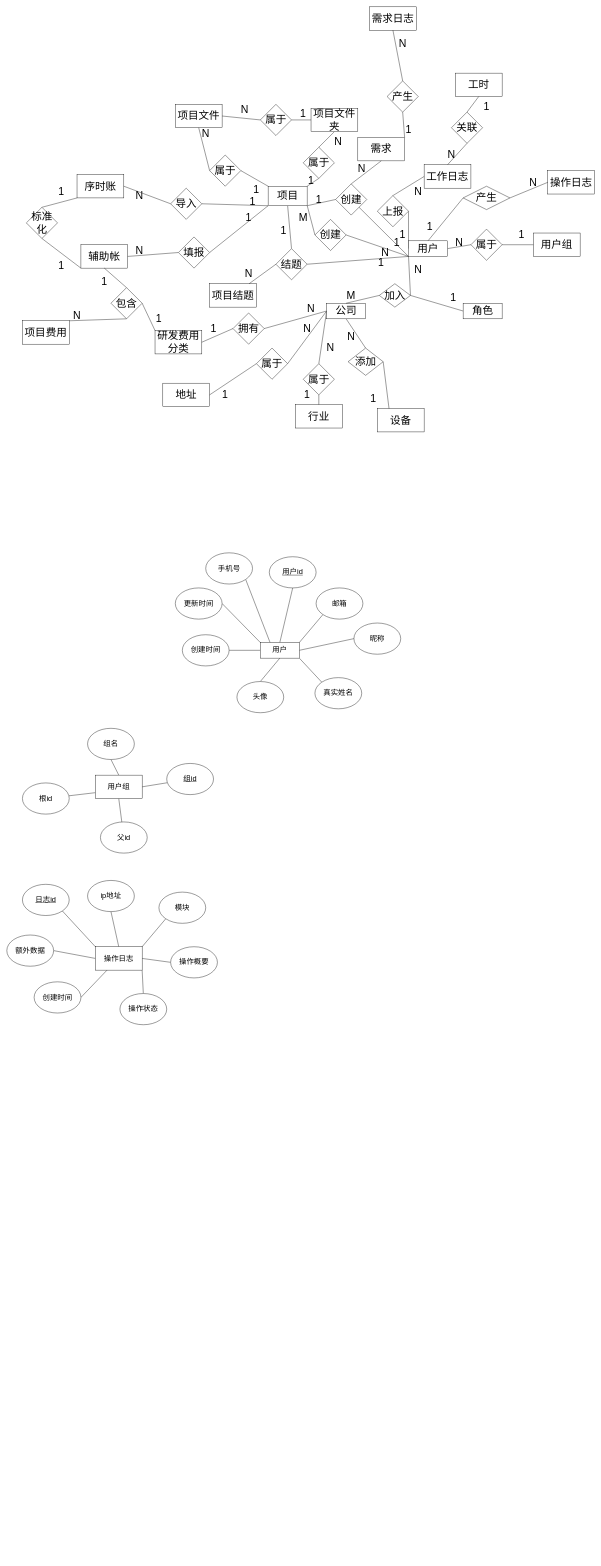
Above: 毕设/项目管理系统ER图.drawio in xiaoguokf/draw.io (draw.io), before the change. Source tidied: cells renumbered, new cells numbered last; positions are measured from the earlier drawing's top-left corner, leaving out a move shared by most shapes. Both pictures are drawn from the tidied source at 39%, with x=0, y=0 at pixel (7, 7).
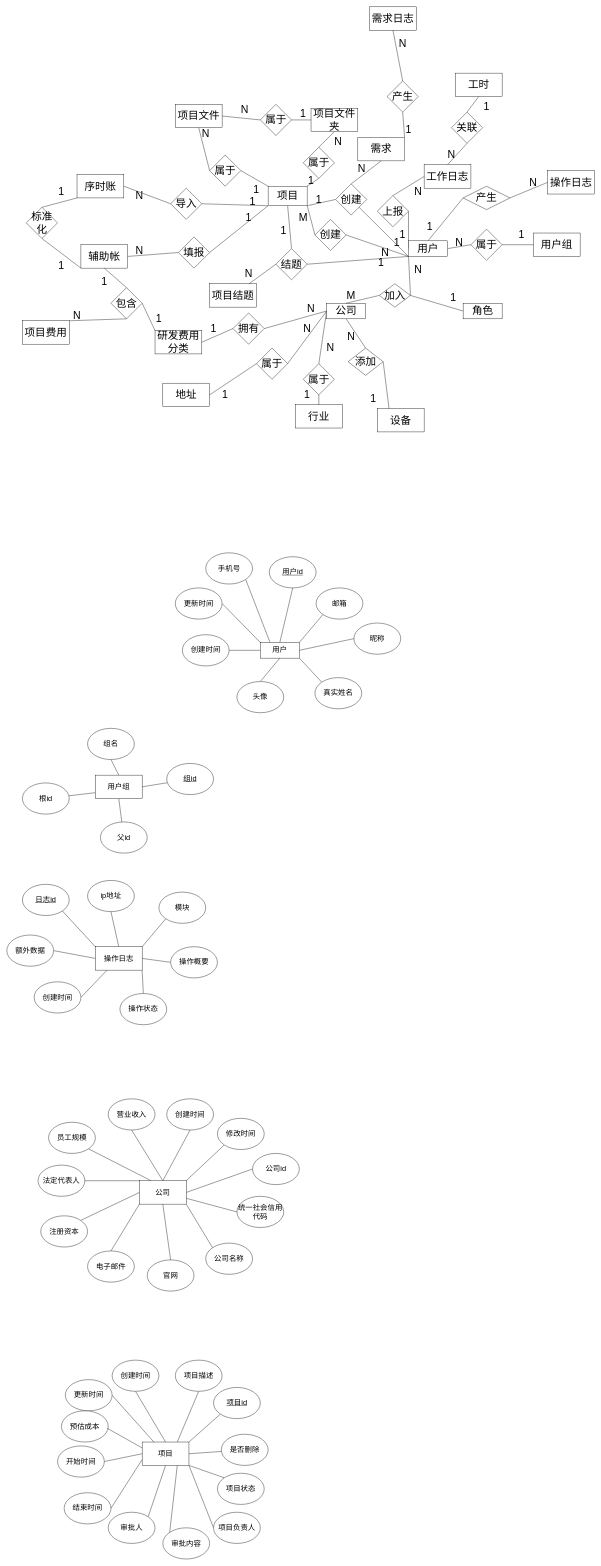
Above is the later version.

Commit message:
更新项目管理系统ER图.drawio

Change to the diagram source:
```diff
@@
+    <mxCell id="172" style="rounded=0;jettySize=auto;html=1;exitX=0.5;exitY=0;exitDx=0;exitDy=0;entryX=0.5;entryY=1;entryDx=0;entryDy=0;endArrow=none;endFill=0;fontSize=19;" parent="1" edge="1" source="183" target="192">
+      <mxGeometry relative="1" as="geometry" />
+    </mxCell>
+    <mxCell id="173" style="rounded=0;jettySize=auto;html=1;exitX=1;exitY=0;exitDx=0;exitDy=0;entryX=0;entryY=1;entryDx=0;entryDy=0;endArrow=none;endFill=0;fontSize=19;" parent="1" edge="1" source="183" target="193">
+      <mxGeometry relative="1" as="geometry" />
+    </mxCell>
+    <mxCell id="174" style="rounded=0;jettySize=auto;html=1;exitX=1;exitY=0.5;exitDx=0;exitDy=0;entryX=0;entryY=0.5;entryDx=0;entryDy=0;endArrow=none;endFill=0;fontSize=19;" parent="1" edge="1" source="183" target="184">
+      <mxGeometry relative="1" as="geometry" />
+    </mxCell>
+    <mxCell id="175" style="rounded=0;jettySize=auto;html=1;exitX=1;exitY=0.75;exitDx=0;exitDy=0;entryX=0;entryY=0.5;entryDx=0;entryDy=0;endArrow=none;endFill=0;fontSize=19;" parent="1" edge="1" source="183" target="194">
+      <mxGeometry relative="1" as="geometry" />
+    </mxCell>
+    <mxCell id="176" style="rounded=0;jettySize=auto;html=1;exitX=1;exitY=1;exitDx=0;exitDy=0;entryX=0;entryY=0;entryDx=0;entryDy=0;endArrow=none;endFill=0;fontSize=19;" parent="1" edge="1" source="183" target="185">
+      <mxGeometry relative="1" as="geometry" />
+    </mxCell>
+    <mxCell id="177" style="rounded=0;jettySize=auto;html=1;exitX=0.5;exitY=1;exitDx=0;exitDy=0;entryX=0.5;entryY=0;entryDx=0;entryDy=0;endArrow=none;endFill=0;fontSize=19;" parent="1" edge="1" source="183" target="186">
+      <mxGeometry relative="1" as="geometry" />
+    </mxCell>
+    <mxCell id="178" style="rounded=0;jettySize=auto;html=1;exitX=0;exitY=1;exitDx=0;exitDy=0;entryX=0.5;entryY=0;entryDx=0;entryDy=0;endArrow=none;endFill=0;fontSize=19;" parent="1" edge="1" source="183" target="187">
+      <mxGeometry relative="1" as="geometry" />
+    </mxCell>
+    <mxCell id="179" style="rounded=0;jettySize=auto;html=1;exitX=0;exitY=0.5;exitDx=0;exitDy=0;entryX=1;entryY=0;entryDx=0;entryDy=0;endArrow=none;endFill=0;fontSize=19;" parent="1" edge="1" source="183" target="188">
+      <mxGeometry relative="1" as="geometry" />
+    </mxCell>
+    <mxCell id="180" style="rounded=0;jettySize=auto;html=1;exitX=0;exitY=0;exitDx=0;exitDy=0;entryX=1;entryY=0.5;entryDx=0;entryDy=0;endArrow=none;endFill=0;fontSize=19;" parent="1" edge="1" source="183" target="189">
+      <mxGeometry relative="1" as="geometry" />
+    </mxCell>
+    <mxCell id="181" style="rounded=0;jettySize=auto;html=1;exitX=0.25;exitY=0;exitDx=0;exitDy=0;entryX=1;entryY=1;entryDx=0;entryDy=0;endArrow=none;endFill=0;fontSize=19;" parent="1" edge="1" source="183" target="190">
+      <mxGeometry relative="1" as="geometry" />
+    </mxCell>
+    <mxCell id="182" style="rounded=0;jettySize=auto;html=1;exitX=0.5;exitY=0;exitDx=0;exitDy=0;entryX=0.5;entryY=1;entryDx=0;entryDy=0;endArrow=none;endFill=0;fontSize=19;" parent="1" edge="1" source="183" target="191">
+      <mxGeometry relative="1" as="geometry" />
+    </mxCell>
+    <mxCell id="183" value="公司" style="rounded=0;whiteSpace=wrap;html=1;fontSize=19;" parent="1" vertex="1">
+      <mxGeometry x="340" y="3010" width="120" height="60" as="geometry" />
+    </mxCell>
+    <mxCell id="184" value="公司id" style="ellipse;whiteSpace=wrap;html=1;fontSize=19;" parent="1" vertex="1">
+      <mxGeometry x="630" y="2940" width="120" height="80" as="geometry" />
+    </mxCell>
+    <mxCell id="185" value="公司名称" style="ellipse;whiteSpace=wrap;html=1;fontSize=19;" parent="1" vertex="1">
+      <mxGeometry x="510" y="3170" width="120" height="80" as="geometry" />
+    </mxCell>
+    <mxCell id="186" value="官网" style="ellipse;whiteSpace=wrap;html=1;fontSize=19;" parent="1" vertex="1">
+      <mxGeometry x="360" y="3213" width="120" height="80" as="geometry" />
+    </mxCell>
+    <mxCell id="187" value="电子邮件" style="ellipse;whiteSpace=wrap;html=1;fontSize=19;" parent="1" vertex="1">
+      <mxGeometry x="207" y="3190" width="120" height="80" as="geometry" />
+    </mxCell>
+    <mxCell id="188" value="注册资本" style="ellipse;whiteSpace=wrap;html=1;fontSize=19;" parent="1" vertex="1">
+      <mxGeometry x="87" y="3100" width="120" height="80" as="geometry" />
+    </mxCell>
+    <mxCell id="189" value="法定代表人" style="ellipse;whiteSpace=wrap;html=1;fontSize=19;" parent="1" vertex="1">
+      <mxGeometry x="80" y="2970" width="120" height="80" as="geometry" />
+    </mxCell>
+    <mxCell id="190" value="员工规模" style="ellipse;whiteSpace=wrap;html=1;fontSize=19;" parent="1" vertex="1">
+      <mxGeometry x="107" y="2860" width="120" height="80" as="geometry" />
+    </mxCell>
+    <mxCell id="191" value="营业收入" style="ellipse;whiteSpace=wrap;html=1;fontSize=19;" parent="1" vertex="1">
+      <mxGeometry x="260" y="2800" width="120" height="80" as="geometry" />
+    </mxCell>
+    <mxCell id="192" value="创建时间" style="ellipse;whiteSpace=wrap;html=1;fontSize=19;" parent="1" vertex="1">
+      <mxGeometry x="410" y="2800" width="120" height="80" as="geometry" />
+    </mxCell>
+    <mxCell id="193" value="修改时间" style="ellipse;whiteSpace=wrap;html=1;fontSize=19;" parent="1" vertex="1">
+      <mxGeometry x="540" y="2850" width="120" height="80" as="geometry" />
+    </mxCell>
+    <mxCell id="194" value="统一社会信用代码" style="ellipse;whiteSpace=wrap;html=1;fontSize=19;" parent="1" vertex="1">
+      <mxGeometry x="590" y="3050" width="120" height="80" as="geometry" />
+    </mxCell>
+    <mxCell id="195" style="rounded=0;jettySize=auto;html=1;exitX=0.25;exitY=0;exitDx=0;exitDy=0;entryX=1;entryY=0.5;entryDx=0;entryDy=0;endArrow=none;endFill=0;fontSize=19;" parent="1" edge="1" source="206" target="210">
+      <mxGeometry relative="1" as="geometry" />
+    </mxCell>
+    <mxCell id="196" style="rounded=0;jettySize=auto;html=1;exitX=0.5;exitY=0;exitDx=0;exitDy=0;entryX=0.5;entryY=1;entryDx=0;entryDy=0;endArrow=none;endFill=0;fontSize=19;" parent="1" edge="1" source="206" target="209">
+      <mxGeometry relative="1" as="geometry" />
+    </mxCell>
+    <mxCell id="197" style="rounded=0;jettySize=auto;html=1;exitX=0.75;exitY=0;exitDx=0;exitDy=0;entryX=0.5;entryY=1;entryDx=0;entryDy=0;endArrow=none;endFill=0;fontSize=19;" parent="1" edge="1" source="206" target="215">
+      <mxGeometry relative="1" as="geometry" />
+    </mxCell>
+    <mxCell id="198" style="rounded=0;jettySize=auto;html=1;exitX=1;exitY=0;exitDx=0;exitDy=0;entryX=0;entryY=1;entryDx=0;entryDy=0;endArrow=none;endFill=0;fontSize=19;" parent="1" edge="1" source="206" target="207">
+      <mxGeometry relative="1" as="geometry" />
+    </mxCell>
+    <mxCell id="199" style="rounded=0;jettySize=auto;html=1;exitX=1;exitY=0.5;exitDx=0;exitDy=0;endArrow=none;endFill=0;fontSize=19;" parent="1" edge="1" source="206" target="208">
+      <mxGeometry relative="1" as="geometry" />
+    </mxCell>
+    <mxCell id="200" style="rounded=0;jettySize=auto;html=1;exitX=1;exitY=1;exitDx=0;exitDy=0;entryX=0;entryY=0;entryDx=0;entryDy=0;endArrow=none;endFill=0;fontSize=19;" parent="1" edge="1" source="206" target="216">
+      <mxGeometry relative="1" as="geometry" />
+    </mxCell>
+    <mxCell id="201" style="rounded=0;jettySize=auto;html=1;exitX=0.75;exitY=1;exitDx=0;exitDy=0;entryX=0;entryY=0;entryDx=0;entryDy=0;endArrow=none;endFill=0;fontSize=19;" parent="1" edge="1" source="206" target="214">
+      <mxGeometry relative="1" as="geometry" />
+    </mxCell>
+    <mxCell id="202" style="rounded=0;jettySize=auto;html=1;exitX=0.5;exitY=1;exitDx=0;exitDy=0;entryX=1;entryY=0;entryDx=0;entryDy=0;endArrow=none;endFill=0;fontSize=19;" parent="1" edge="1" source="206" target="213">
+      <mxGeometry relative="1" as="geometry" />
+    </mxCell>
+    <mxCell id="203" style="rounded=0;jettySize=auto;html=1;exitX=0;exitY=0.75;exitDx=0;exitDy=0;entryX=1;entryY=0.5;entryDx=0;entryDy=0;endArrow=none;endFill=0;fontSize=19;" parent="1" edge="1" source="206" target="212">
+      <mxGeometry relative="1" as="geometry" />
+    </mxCell>
+    <mxCell id="204" style="rounded=0;jettySize=auto;html=1;exitX=0;exitY=0.5;exitDx=0;exitDy=0;entryX=1;entryY=0.5;entryDx=0;entryDy=0;endArrow=none;endFill=0;fontSize=19;" parent="1" edge="1" source="206" target="211">
+      <mxGeometry relative="1" as="geometry" />
+    </mxCell>
+    <mxCell id="205" style="rounded=0;jettySize=auto;html=1;exitX=1;exitY=1;exitDx=0;exitDy=0;entryX=0;entryY=0.5;entryDx=0;entryDy=0;endArrow=none;endFill=0;fontSize=19;" parent="1" edge="1" source="206" target="219">
+      <mxGeometry relative="1" as="geometry" />
+    </mxCell>
+    <mxCell id="206" value="项目" style="rounded=0;whiteSpace=wrap;html=1;fontSize=19;" parent="1" vertex="1">
+      <mxGeometry x="347" y="3680" width="120" height="60" as="geometry" />
+    </mxCell>
+    <mxCell id="207" value="项目id" style="ellipse;whiteSpace=wrap;html=1;fontSize=19;fontStyle=4;" parent="1" vertex="1">
+      <mxGeometry x="530" y="3540" width="120" height="80" as="geometry" />
+    </mxCell>
+    <mxCell id="208" value="是否删除" style="ellipse;whiteSpace=wrap;html=1;fontSize=19;" parent="1" vertex="1">
+      <mxGeometry x="550" y="3660" width="120" height="80" as="geometry" />
+    </mxCell>
+    <mxCell id="209" value="创建时间" style="ellipse;whiteSpace=wrap;html=1;fontSize=19;" parent="1" vertex="1">
+      <mxGeometry x="270" y="3470" width="120" height="80" as="geometry" />
+    </mxCell>
+    <mxCell id="210" value="更新时间" style="ellipse;whiteSpace=wrap;html=1;fontSize=19;" parent="1" vertex="1">
+      <mxGeometry x="150" y="3520" width="120" height="80" as="geometry" />
+    </mxCell>
+    <mxCell id="211" value="开始时间" style="ellipse;whiteSpace=wrap;html=1;fontSize=19;" parent="1" vertex="1">
+      <mxGeometry x="130" y="3690" width="120" height="80" as="geometry" />
+    </mxCell>
+    <mxCell id="212" value="结束时间" style="ellipse;whiteSpace=wrap;html=1;fontSize=19;" parent="1" vertex="1">
+      <mxGeometry x="147" y="3810" width="120" height="80" as="geometry" />
+    </mxCell>
+    <mxCell id="213" value="审批人" style="ellipse;whiteSpace=wrap;html=1;fontSize=19;" parent="1" vertex="1">
+      <mxGeometry x="260" y="3860" width="120" height="80" as="geometry" />
+    </mxCell>
+    <mxCell id="214" value="审批内容" style="ellipse;whiteSpace=wrap;html=1;fontSize=19;" parent="1" vertex="1">
+      <mxGeometry x="400" y="3900" width="120" height="80" as="geometry" />
+    </mxCell>
+    <mxCell id="215" value="项目描述" style="ellipse;whiteSpace=wrap;html=1;fontSize=19;" parent="1" vertex="1">
+      <mxGeometry x="432" y="3470" width="120" height="80" as="geometry" />
+    </mxCell>
+    <mxCell id="216" value="项目状态" style="ellipse;whiteSpace=wrap;html=1;fontSize=19;" parent="1" vertex="1">
+      <mxGeometry x="540" y="3760" width="120" height="80" as="geometry" />
+    </mxCell>
+    <mxCell id="217" value="预估成本" style="ellipse;whiteSpace=wrap;html=1;fontSize=19;" parent="1" vertex="1">
+      <mxGeometry x="140" y="3600" width="120" height="80" as="geometry" />
+    </mxCell>
+    <mxCell id="218" style="rounded=0;jettySize=auto;html=1;exitX=0;exitY=0.25;exitDx=0;exitDy=0;entryX=0.979;entryY=0.561;entryDx=0;entryDy=0;entryPerimeter=0;endArrow=none;endFill=0;fontSize=19;" parent="1" edge="1" source="206" target="217">
+      <mxGeometry relative="1" as="geometry" />
+    </mxCell>
+    <mxCell id="219" value="项目负责人" style="ellipse;whiteSpace=wrap;html=1;fontSize=19;" parent="1" vertex="1">
+      <mxGeometry x="530" y="3860" width="120" height="80" as="geometry" />
+    </mxCell>
```
